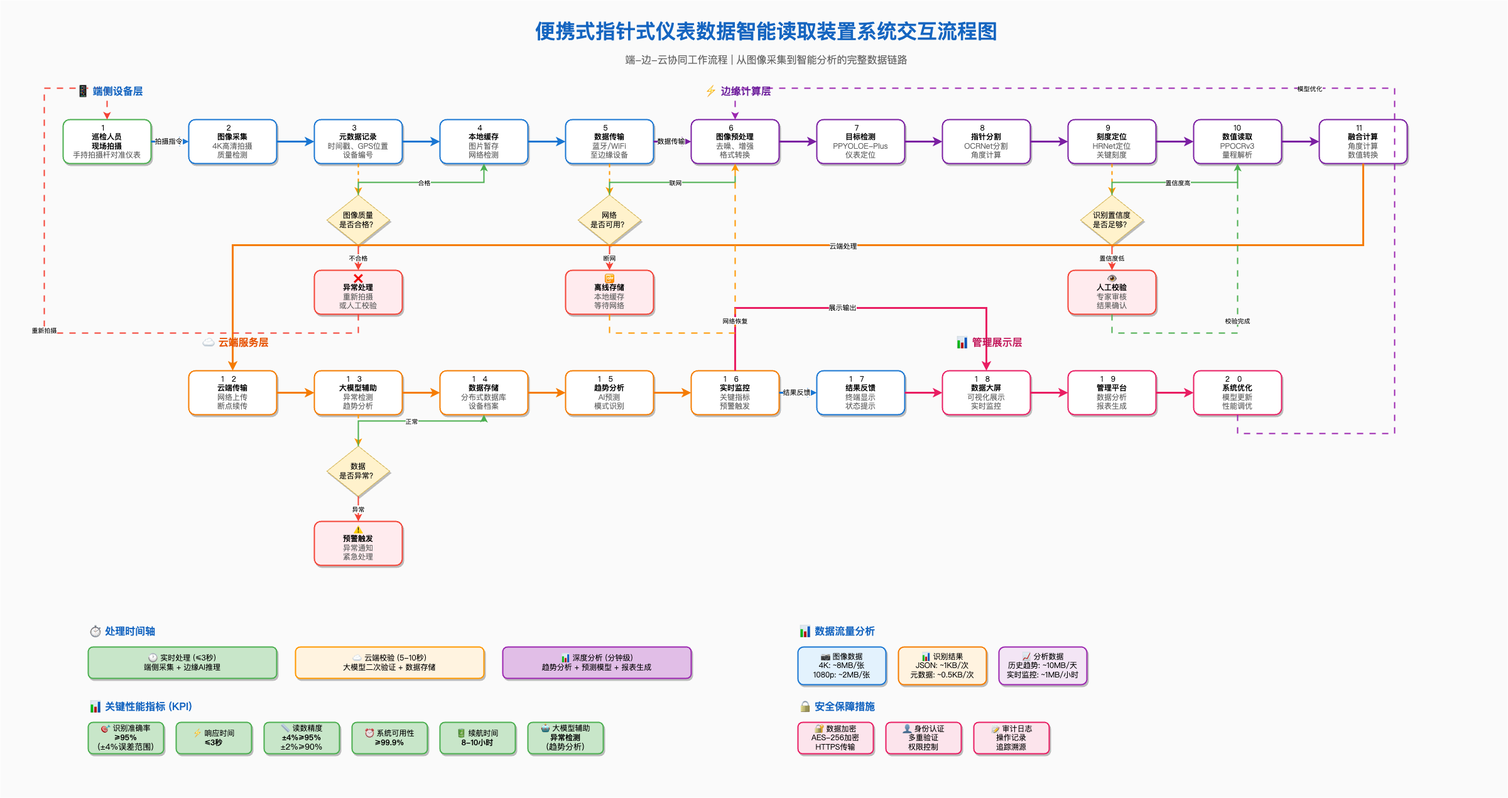
Before: draw/system_interaction_flowchart.png, a diagram exported from draw.io (aigc-open/ocr-design). Source tidied: cells renumbered, new cells last; positions are measured from the earlier drawing's top-left corner, leaving out a move shared by most shapes.
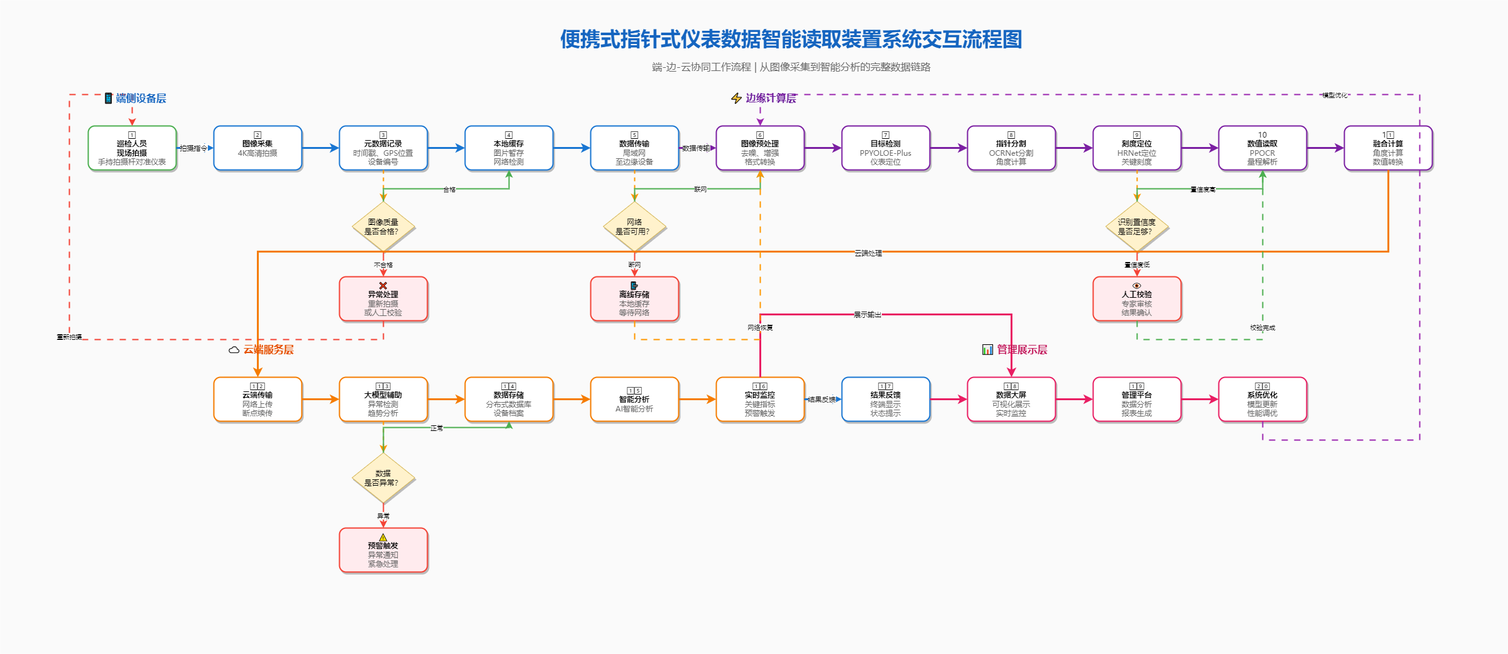
The same file after the commit.

The edit, as a diff of the source:
```diff
@@ -3,7 +3,7 @@
     <mxCell id="0" />
     <mxCell id="1" parent="0" />
     <mxCell id="2" style="rounded=0;whiteSpace=wrap;html=1;fillColor=#f5f5f5;strokeColor=none;opacity=50;" parent="1" vertex="1">
-      <mxGeometry width="2400" height="1270" as="geometry" />
+      <mxGeometry x="-40" y="-10" width="2400" height="1040" as="geometry" />
     </mxCell>
     <mxCell id="3" value="便携式指针式仪表数据智能读取装置系统交互流程图" style="text;html=1;strokeColor=none;fillColor=none;align=center;verticalAlign=middle;whiteSpace=wrap;rounded=0;fontSize=32;fontStyle=1;fontColor=#1565c0;fontFamily=Microsoft YaHei;" parent="1" vertex="1">
       <mxGeometry x="820" y="20" width="800" height="60" as="geometry" />
@@ -14,7 +14,7 @@
     <mxCell id="5" value="1⃣&lt;br&gt;&lt;b&gt;巡检人员&lt;/b&gt;&lt;br&gt;&lt;b&gt;现场拍摄&lt;/b&gt;&lt;br&gt;&lt;font color=&quot;#666666&quot;&gt;手持拍摄杆对准仪表&lt;/font&gt;" style="rounded=1;whiteSpace=wrap;html=1;fillColor=#ffffff;strokeColor=#4caf50;strokeWidth=2;shadow=1;fontFamily=Microsoft YaHei;" parent="1" vertex="1">
       <mxGeometry x="100" y="190" width="140" height="70" as="geometry" />
     </mxCell>
-    <mxCell id="6" value="2⃣&lt;br&gt;&lt;b&gt;图像采集&lt;/b&gt;&lt;br&gt;&lt;font color=&quot;#666666&quot;&gt;4K高清拍摄&lt;br&gt;质量检测&lt;/font&gt;" style="rounded=1;whiteSpace=wrap;html=1;fillColor=#ffffff;strokeColor=#1976d2;strokeWidth=2;shadow=1;fontFamily=Microsoft YaHei;" parent="1" vertex="1">
+    <mxCell id="6" value="2⃣&lt;br&gt;&lt;b&gt;图像采集&lt;/b&gt;&lt;br&gt;&lt;font color=&quot;#666666&quot;&gt;4K高清拍摄&lt;br&gt;&lt;br&gt;&lt;/font&gt;" style="rounded=1;whiteSpace=wrap;html=1;fillColor=#ffffff;strokeColor=#1976d2;strokeWidth=2;shadow=1;fontFamily=Microsoft YaHei;" parent="1" vertex="1">
       <mxGeometry x="300" y="190" width="140" height="70" as="geometry" />
     </mxCell>
     <mxCell id="7" value="3⃣&lt;br&gt;&lt;b&gt;元数据记录&lt;/b&gt;&lt;br&gt;&lt;font color=&quot;#666666&quot;&gt;时间戳、GPS位置&lt;br&gt;设备编号&lt;/font&gt;" style="rounded=1;whiteSpace=wrap;html=1;fillColor=#ffffff;strokeColor=#1976d2;strokeWidth=2;shadow=1;fontFamily=Microsoft YaHei;" parent="1" vertex="1">
@@ -29,7 +29,7 @@
     <mxCell id="10" value="4⃣&lt;br&gt;&lt;b&gt;本地缓存&lt;/b&gt;&lt;br&gt;&lt;font color=&quot;#666666&quot;&gt;图片暂存&lt;br&gt;网络检测&lt;/font&gt;" style="rounded=1;whiteSpace=wrap;html=1;fillColor=#ffffff;strokeColor=#1976d2;strokeWidth=2;shadow=1;fontFamily=Microsoft YaHei;" parent="1" vertex="1">
       <mxGeometry x="700" y="190" width="140" height="70" as="geometry" />
     </mxCell>
-    <mxCell id="11" value="5⃣&lt;br&gt;&lt;b&gt;数据传输&lt;/b&gt;&lt;br&gt;&lt;font color=&quot;#666666&quot;&gt;蓝牙/WiFi&lt;br&gt;至边缘设备&lt;/font&gt;" style="rounded=1;whiteSpace=wrap;html=1;fillColor=#ffffff;strokeColor=#1976d2;strokeWidth=2;shadow=1;fontFamily=Microsoft YaHei;" parent="1" vertex="1">
+    <mxCell id="11" value="5⃣&lt;br&gt;&lt;b&gt;数据传输&lt;/b&gt;&lt;br&gt;&lt;font color=&quot;#666666&quot;&gt;局域网&lt;br&gt;至边缘设备&lt;/font&gt;" style="rounded=1;whiteSpace=wrap;html=1;fillColor=#ffffff;strokeColor=#1976d2;strokeWidth=2;shadow=1;fontFamily=Microsoft YaHei;" parent="1" vertex="1">
       <mxGeometry x="900" y="190" width="140" height="70" as="geometry" />
     </mxCell>
     <mxCell id="12" value="网络&lt;br&gt;是否可用？" style="rhombus;whiteSpace=wrap;html=1;fillColor=#fff2cc;strokeColor=#d6b656;fontFamily=Microsoft YaHei;shadow=1;" parent="1" vertex="1">
@@ -56,7 +56,7 @@
     <mxCell id="19" value="👁️&lt;br&gt;&lt;b&gt;人工校验&lt;/b&gt;&lt;br&gt;&lt;font color=&quot;#666666&quot;&gt;专家审核&lt;br&gt;结果确认&lt;/font&gt;" style="rounded=1;whiteSpace=wrap;html=1;fillColor=#ffebee;strokeColor=#f44336;strokeWidth=2;shadow=1;fontFamily=Microsoft YaHei;" parent="1" vertex="1">
       <mxGeometry x="1700" y="430" width="140" height="70" as="geometry" />
     </mxCell>
-    <mxCell id="20" value="10&lt;br&gt;&lt;b&gt;数值读取&lt;/b&gt;&lt;br&gt;&lt;font color=&quot;#666666&quot;&gt;PPOCRv3&lt;br&gt;量程解析&lt;/font&gt;" style="rounded=1;whiteSpace=wrap;html=1;fillColor=#ffffff;strokeColor=#7b1fa2;strokeWidth=2;shadow=1;fontFamily=Microsoft YaHei;" parent="1" vertex="1">
+    <mxCell id="20" value="10&lt;br&gt;&lt;b&gt;数值读取&lt;/b&gt;&lt;br&gt;&lt;font color=&quot;#666666&quot;&gt;PPOCR&lt;br&gt;量程解析&lt;/font&gt;" style="rounded=1;whiteSpace=wrap;html=1;fillColor=#ffffff;strokeColor=#7b1fa2;strokeWidth=2;shadow=1;fontFamily=Microsoft YaHei;" parent="1" vertex="1">
       <mxGeometry x="1900" y="190" width="140" height="70" as="geometry" />
     </mxCell>
     <mxCell id="21" value="11⃣&lt;br&gt;&lt;b&gt;融合计算&lt;/b&gt;&lt;br&gt;&lt;font color=&quot;#666666&quot;&gt;角度计算&lt;br&gt;数值转换&lt;/font&gt;" style="rounded=1;whiteSpace=wrap;html=1;fillColor=#ffffff;strokeColor=#7b1fa2;strokeWidth=2;shadow=1;fontFamily=Microsoft YaHei;" parent="1" vertex="1">
@@ -77,7 +77,7 @@
     <mxCell id="26" value="1⃣4⃣&lt;br&gt;&lt;b&gt;数据存储&lt;/b&gt;&lt;br&gt;&lt;font color=&quot;#666666&quot;&gt;分布式数据库&lt;br&gt;设备档案&lt;/font&gt;" style="rounded=1;whiteSpace=wrap;html=1;fillColor=#ffffff;strokeColor=#f57c00;strokeWidth=2;shadow=1;fontFamily=Microsoft YaHei;" parent="1" vertex="1">
       <mxGeometry x="700" y="590" width="140" height="70" as="geometry" />
     </mxCell>
-    <mxCell id="27" value="1⃣5⃣&lt;br&gt;&lt;b&gt;趋势分析&lt;/b&gt;&lt;br&gt;&lt;font color=&quot;#666666&quot;&gt;AI预测&lt;br&gt;模式识别&lt;/font&gt;" style="rounded=1;whiteSpace=wrap;html=1;fillColor=#ffffff;strokeColor=#f57c00;strokeWidth=2;shadow=1;fontFamily=Microsoft YaHei;" parent="1" vertex="1">
+    <mxCell id="27" value="1⃣5⃣&lt;br&gt;&lt;b&gt;智能分析&lt;/b&gt;&lt;br&gt;&lt;font color=&quot;#666666&quot;&gt;AI智能分析&lt;br&gt;&lt;/font&gt;" style="rounded=1;whiteSpace=wrap;html=1;fillColor=#ffffff;strokeColor=#f57c00;strokeWidth=2;shadow=1;fontFamily=Microsoft YaHei;" parent="1" vertex="1">
       <mxGeometry x="900" y="590" width="140" height="70" as="geometry" />
     </mxCell>
     <mxCell id="28" value="1⃣6⃣&lt;br&gt;&lt;b&gt;实时监控&lt;/b&gt;&lt;br&gt;&lt;font color=&quot;#666666&quot;&gt;关键指标&lt;br&gt;预警触发&lt;/font&gt;" style="rounded=1;whiteSpace=wrap;html=1;fillColor=#ffffff;strokeColor=#f57c00;strokeWidth=2;shadow=1;fontFamily=Microsoft YaHei;" parent="1" vertex="1">
@@ -286,62 +286,5 @@
     <mxCell id="77" value="📊 管理展示层" style="text;html=1;strokeColor=none;fillColor=none;align=center;verticalAlign=middle;whiteSpace=wrap;rounded=0;fontSize=16;fontStyle=1;fontColor=#c2185b;fontFamily=Microsoft YaHei;" parent="1" vertex="1">
       <mxGeometry x="1500" y="530" width="150" height="30" as="geometry" />
     </mxCell>
-    <mxCell id="78" value="⏱️ 处理时间轴" style="text;html=1;strokeColor=none;fillColor=none;align=left;verticalAlign=middle;whiteSpace=wrap;rounded=0;fontSize=16;fontStyle=1;fontColor=#1565c0;fontFamily=Microsoft YaHei;" parent="1" vertex="1">
-      <mxGeometry x="140" y="990" width="150" height="30" as="geometry" />
-    </mxCell>
-    <mxCell id="79" value="🕐 实时处理 (≤3秒)&lt;br&gt;端侧采集 + 边缘AI推理" style="rounded=1;whiteSpace=wrap;html=1;fillColor=#c8e6c9;strokeColor=#4caf50;strokeWidth=2;fontFamily=Microsoft YaHei;shadow=1;" parent="1" vertex="1">
-      <mxGeometry x="140" y="1030" width="300" height="50" as="geometry" />
-    </mxCell>
-    <mxCell id="80" value="☁️ 云端校验 (5-10秒)&lt;br&gt;大模型二次验证 + 数据存储" style="rounded=1;whiteSpace=wrap;html=1;fillColor=#fff3e0;strokeColor=#ff9800;strokeWidth=2;fontFamily=Microsoft YaHei;shadow=1;" parent="1" vertex="1">
-      <mxGeometry x="470" y="1030" width="300" height="50" as="geometry" />
-    </mxCell>
-    <mxCell id="81" value="📊 深度分析 (分钟级)&lt;br&gt;趋势分析 + 预测模型 + 报表生成" style="rounded=1;whiteSpace=wrap;html=1;fillColor=#e1bee7;strokeColor=#9c27b0;strokeWidth=2;fontFamily=Microsoft YaHei;shadow=1;" parent="1" vertex="1">
-      <mxGeometry x="800" y="1030" width="300" height="50" as="geometry" />
-    </mxCell>
-    <mxCell id="82" value="📊 关键性能指标 (KPI)" style="text;html=1;strokeColor=none;fillColor=none;align=left;verticalAlign=middle;whiteSpace=wrap;rounded=0;fontSize=16;fontStyle=1;fontColor=#1565c0;fontFamily=Microsoft YaHei;" parent="1" vertex="1">
-      <mxGeometry x="140" y="1110" width="200" height="30" as="geometry" />
-    </mxCell>
-    <mxCell id="83" value="🎯 识别准确率&lt;br&gt;&lt;b&gt;≥95%&lt;/b&gt;&lt;br&gt;&lt;font size=&quot;2&quot;&gt;(±4%误差范围)&lt;/font&gt;" style="rounded=1;whiteSpace=wrap;html=1;fillColor=#c8e6c9;strokeColor=#4caf50;strokeWidth=2;fontFamily=Microsoft YaHei;shadow=1;" parent="1" vertex="1">
-      <mxGeometry x="140" y="1150" width="120" height="50" as="geometry" />
-    </mxCell>
-    <mxCell id="84" value="⚡ 响应时间&lt;br&gt;&lt;b&gt;≤3秒&lt;/b&gt;" style="rounded=1;whiteSpace=wrap;html=1;fillColor=#c8e6c9;strokeColor=#4caf50;strokeWidth=2;fontFamily=Microsoft YaHei;shadow=1;" parent="1" vertex="1">
-      <mxGeometry x="280" y="1150" width="120" height="50" as="geometry" />
-    </mxCell>
-    <mxCell id="85" value="📏 读数精度&lt;br&gt;&lt;b&gt;±4%≥95%&lt;/b&gt;&lt;br&gt;&lt;font size=&quot;2&quot;&gt;±2%≥90%&lt;/font&gt;" style="rounded=1;whiteSpace=wrap;html=1;fillColor=#c8e6c9;strokeColor=#4caf50;strokeWidth=2;fontFamily=Microsoft YaHei;shadow=1;" parent="1" vertex="1">
-      <mxGeometry x="420" y="1150" width="120" height="50" as="geometry" />
-    </mxCell>
-    <mxCell id="86" value="⏰ 系统可用性&lt;br&gt;&lt;b&gt;≥99.9%&lt;/b&gt;" style="rounded=1;whiteSpace=wrap;html=1;fillColor=#c8e6c9;strokeColor=#4caf50;strokeWidth=2;fontFamily=Microsoft YaHei;shadow=1;" parent="1" vertex="1">
-      <mxGeometry x="560" y="1150" width="120" height="50" as="geometry" />
-    </mxCell>
-    <mxCell id="87" value="🔋 续航时间&lt;br&gt;&lt;b&gt;8-10小时&lt;/b&gt;" style="rounded=1;whiteSpace=wrap;html=1;fillColor=#c8e6c9;strokeColor=#4caf50;strokeWidth=2;fontFamily=Microsoft YaHei;shadow=1;" parent="1" vertex="1">
-      <mxGeometry x="700" y="1150" width="120" height="50" as="geometry" />
-    </mxCell>
-    <mxCell id="88" value="🤖 大模型辅助&lt;br style=&quot;border-color: var(--border-color);&quot;&gt;&lt;b style=&quot;border-color: var(--border-color);&quot;&gt;异常检测&lt;/b&gt;&lt;br style=&quot;border-color: var(--border-color);&quot;&gt;&lt;font style=&quot;border-color: var(--border-color);&quot; size=&quot;2&quot;&gt;(趋势分析)&lt;/font&gt;" style="rounded=1;whiteSpace=wrap;html=1;fillColor=#c8e6c9;strokeColor=#4caf50;strokeWidth=2;fontFamily=Microsoft YaHei;shadow=1;" parent="1" vertex="1">
-      <mxGeometry x="840" y="1150" width="120" height="50" as="geometry" />
-    </mxCell>
-    <mxCell id="89" value="📊 数据流量分析" style="text;html=1;strokeColor=none;fillColor=none;align=left;verticalAlign=middle;whiteSpace=wrap;rounded=0;fontSize=16;fontStyle=1;fontColor=#1565c0;fontFamily=Microsoft YaHei;" parent="1" vertex="1">
-      <mxGeometry x="1270" y="990" width="200" height="30" as="geometry" />
-    </mxCell>
-    <mxCell id="90" value="📷 图像数据&lt;br&gt;4K: ~8MB/张&lt;br&gt;1080p: ~2MB/张" style="rounded=1;whiteSpace=wrap;html=1;fillColor=#e3f2fd;strokeColor=#1976d2;strokeWidth=2;fontFamily=Microsoft YaHei;shadow=1;" parent="1" vertex="1">
-      <mxGeometry x="1270" y="1030" width="140" height="60" as="geometry" />
-    </mxCell>
-    <mxCell id="91" value="📊 识别结果&lt;br&gt;JSON: ~1KB/次&lt;br&gt;元数据: ~0.5KB/次" style="rounded=1;whiteSpace=wrap;html=1;fillColor=#fff3e0;strokeColor=#f57c00;strokeWidth=2;fontFamily=Microsoft YaHei;shadow=1;" parent="1" vertex="1">
-      <mxGeometry x="1430" y="1030" width="140" height="60" as="geometry" />
-    </mxCell>
-    <mxCell id="92" value="📈 分析数据&lt;br&gt;历史趋势: ~10MB/天&lt;br&gt;实时监控: ~1MB/小时" style="rounded=1;whiteSpace=wrap;html=1;fillColor=#f3e5f5;strokeColor=#9c27b0;strokeWidth=2;fontFamily=Microsoft YaHei;shadow=1;" parent="1" vertex="1">
-      <mxGeometry x="1590" y="1030" width="140" height="60" as="geometry" />
-    </mxCell>
-    <mxCell id="93" value="🔒 安全保障措施" style="text;html=1;strokeColor=none;fillColor=none;align=left;verticalAlign=middle;whiteSpace=wrap;rounded=0;fontSize=16;fontStyle=1;fontColor=#1565c0;fontFamily=Microsoft YaHei;" parent="1" vertex="1">
-      <mxGeometry x="1270" y="1110" width="200" height="30" as="geometry" />
-    </mxCell>
-    <mxCell id="94" value="🔐 数据加密&lt;br&gt;AES-256加密&lt;br&gt;HTTPS传输" style="rounded=1;whiteSpace=wrap;html=1;fillColor=#fce4ec;strokeColor=#e91e63;strokeWidth=2;fontFamily=Microsoft YaHei;shadow=1;" parent="1" vertex="1">
-      <mxGeometry x="1270" y="1150" width="120" height="50" as="geometry" />
-    </mxCell>
-    <mxCell id="95" value="👤 身份认证&lt;br&gt;多重验证&lt;br&gt;权限控制" style="rounded=1;whiteSpace=wrap;html=1;fillColor=#fce4ec;strokeColor=#e91e63;strokeWidth=2;fontFamily=Microsoft YaHei;shadow=1;" parent="1" vertex="1">
-      <mxGeometry x="1410" y="1150" width="120" height="50" as="geometry" />
-    </mxCell>
-    <mxCell id="96" value="📝 审计日志&lt;br&gt;操作记录&lt;br&gt;追踪溯源" style="rounded=1;whiteSpace=wrap;html=1;fillColor=#fce4ec;strokeColor=#e91e63;strokeWidth=2;fontFamily=Microsoft YaHei;shadow=1;" parent="1" vertex="1">
-      <mxGeometry x="1550" y="1150" width="120" height="50" as="geometry" />
-    </mxCell>
   </root>
 </mxGraphModel>
```
